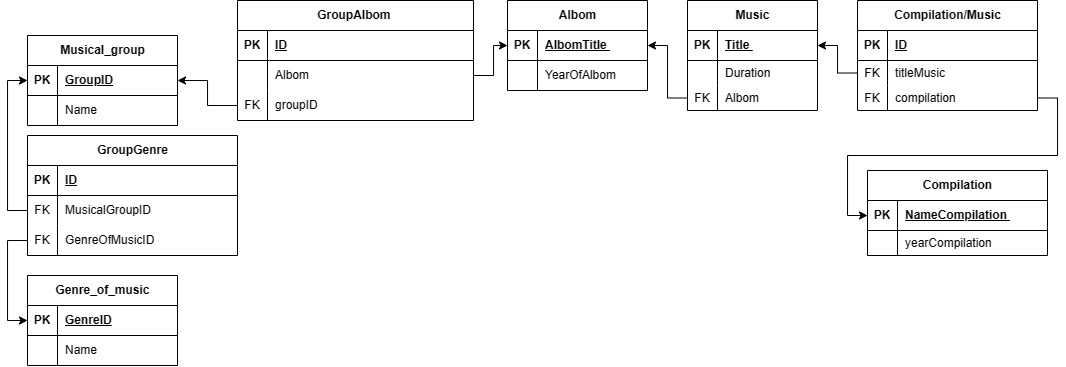
The draw.io diagram Music_extend.png in IosifStatham/Music-BD, before a commit. Source tidied: cells renumbered, new cells last; positions are measured from the earlier drawing's top-left corner, leaving out a move shared by most shapes.
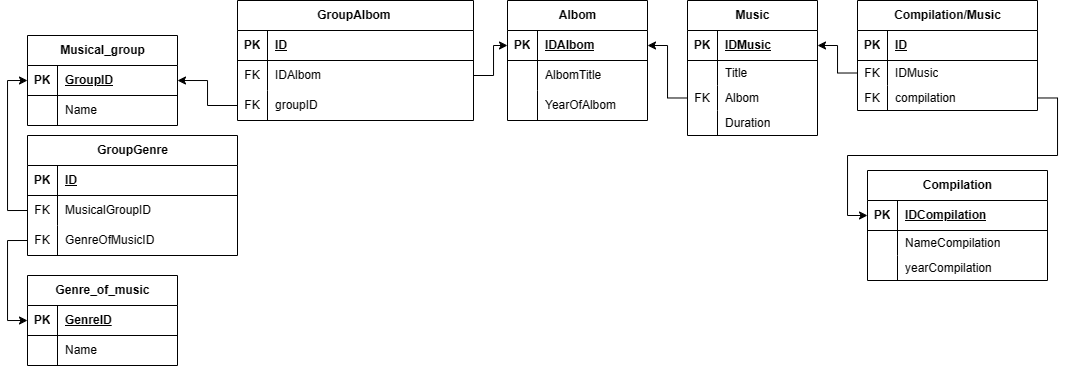
The same diagram one commit later.

What changed in the source:
```diff
@@ -45,7 +45,7 @@
       <mxGeometry x="30" width="120" height="30" as="geometry" />
     </mxCell>
     <mxCell id="16" value="Albom" style="shape=table;startSize=30;rowLines=0;fontStyle=1;align=center;html=1;" parent="1" vertex="1">
-      <mxGeometry x="480" width="140" height="90" as="geometry" />
+      <mxGeometry x="480" width="140" height="120" as="geometry" />
     </mxCell>
     <mxCell id="17" style="shape=tableRow;horizontal=0;startSize=0;swimlaneHead=0;swimlaneBody=0;fillColor=none;points=[[0,0.5],[1,0.5]];portConstraint=eastwest;top=0;left=0;right=0;bottom=1;" parent="16" vertex="1">
       <mxGeometry y="30" width="140" height="30" as="geometry" />
@@ -53,7 +53,7 @@
     <mxCell id="18" value="PK" style="shape=partialRectangle;fillColor=none;top=0;left=0;bottom=0;right=0;fontStyle=1;overflow=hidden;whiteSpace=wrap;html=1;" parent="17" vertex="1">
       <mxGeometry width="30" height="30" as="geometry" />
     </mxCell>
-    <mxCell id="19" value="AlbomTitle&amp;nbsp;" style="shape=partialRectangle;fillColor=none;top=0;left=0;bottom=0;right=0;align=left;spacingLeft=6;fontStyle=5;overflow=hidden;whiteSpace=wrap;html=1;" parent="17" vertex="1">
+    <mxCell id="19" value="IDAlbom" style="shape=partialRectangle;fillColor=none;top=0;left=0;bottom=0;right=0;align=left;spacingLeft=6;fontStyle=5;overflow=hidden;whiteSpace=wrap;html=1;" parent="17" vertex="1">
       <mxGeometry x="30" width="110" height="30" as="geometry" />
     </mxCell>
     <mxCell id="20" style="shape=tableRow;horizontal=0;startSize=0;swimlaneHead=0;swimlaneBody=0;fillColor=none;top=0;left=0;right=0;bottom=0;" parent="16" vertex="1">
@@ -62,7 +62,7 @@
     <mxCell id="21" style="shape=partialRectangle;fillColor=none;top=0;left=0;bottom=0;right=0;overflow=hidden;whiteSpace=wrap;html=1;" parent="20" vertex="1">
       <mxGeometry width="30" height="30" as="geometry" />
     </mxCell>
-    <mxCell id="22" value="YearOfAlbom&amp;nbsp;" style="shape=partialRectangle;fillColor=none;top=0;left=0;bottom=0;right=0;align=left;spacingLeft=6;overflow=hidden;whiteSpace=wrap;html=1;" parent="20" vertex="1">
+    <mxCell id="22" value="AlbomTitle&amp;nbsp;" style="shape=partialRectangle;fillColor=none;top=0;left=0;bottom=0;right=0;align=left;spacingLeft=6;overflow=hidden;whiteSpace=wrap;html=1;" parent="20" vertex="1">
       <mxGeometry x="30" width="110" height="30" as="geometry" />
     </mxCell>
     <mxCell id="23" style="edgeStyle=orthogonalEdgeStyle;rounded=0;orthogonalLoop=1;jettySize=auto;html=1;exitX=1;exitY=0.5;exitDx=0;exitDy=0;" parent="16" edge="1">
@@ -71,8 +71,17 @@
         <mxPoint x="180" y="145" as="targetPoint" />
       </mxGeometry>
     </mxCell>
+    <mxCell id="78" style="shape=tableRow;horizontal=0;startSize=0;swimlaneHead=0;swimlaneBody=0;fillColor=none;top=0;left=0;right=0;bottom=0;" parent="16" vertex="1">
+      <mxGeometry y="90" width="140" height="30" as="geometry" />
+    </mxCell>
+    <mxCell id="79" style="shape=partialRectangle;fillColor=none;top=0;left=0;bottom=0;right=0;overflow=hidden;whiteSpace=wrap;html=1;" parent="78" vertex="1">
+      <mxGeometry width="30" height="30" as="geometry" />
+    </mxCell>
+    <mxCell id="80" value="YearOfAlbom&amp;nbsp;" style="shape=partialRectangle;fillColor=none;top=0;left=0;bottom=0;right=0;align=left;spacingLeft=6;overflow=hidden;whiteSpace=wrap;html=1;" parent="78" vertex="1">
+      <mxGeometry x="30" width="110" height="30" as="geometry" />
+    </mxCell>
     <mxCell id="24" value="Music" style="shape=table;startSize=30;rowLines=0;fontStyle=1;align=center;html=1;" parent="1" vertex="1">
-      <mxGeometry x="660" width="130" height="110" as="geometry" />
+      <mxGeometry x="660" width="130" height="135" as="geometry" />
     </mxCell>
     <mxCell id="25" style="shape=tableRow;horizontal=0;startSize=0;swimlaneHead=0;swimlaneBody=0;fillColor=none;points=[[0,0.5],[1,0.5]];portConstraint=eastwest;top=0;left=0;right=0;bottom=1;" parent="24" vertex="1">
       <mxGeometry y="30" width="130" height="30" as="geometry" />
@@ -80,7 +89,7 @@
     <mxCell id="26" value="PK" style="shape=partialRectangle;fillColor=none;top=0;left=0;bottom=0;right=0;fontStyle=1;overflow=hidden;whiteSpace=wrap;html=1;" parent="25" vertex="1">
       <mxGeometry width="30" height="30" as="geometry" />
     </mxCell>
-    <mxCell id="27" value="Title&amp;nbsp;" style="shape=partialRectangle;fillColor=none;top=0;left=0;bottom=0;right=0;align=left;spacingLeft=6;fontStyle=5;overflow=hidden;whiteSpace=wrap;html=1;" parent="25" vertex="1">
+    <mxCell id="27" value="IDMusic" style="shape=partialRectangle;fillColor=none;top=0;left=0;bottom=0;right=0;align=left;spacingLeft=6;fontStyle=5;overflow=hidden;whiteSpace=wrap;html=1;" parent="25" vertex="1">
       <mxGeometry x="30" width="100" height="30" as="geometry" />
     </mxCell>
     <mxCell id="28" style="shape=tableRow;horizontal=0;startSize=0;swimlaneHead=0;swimlaneBody=0;fillColor=none;top=0;left=0;right=0;bottom=0;" parent="24" vertex="1">
@@ -89,7 +98,7 @@
     <mxCell id="29" style="shape=partialRectangle;fillColor=none;top=0;left=0;bottom=0;right=0;overflow=hidden;whiteSpace=wrap;html=1;" parent="28" vertex="1">
       <mxGeometry width="30" height="25" as="geometry" />
     </mxCell>
-    <mxCell id="30" value="Duration" style="shape=partialRectangle;fillColor=none;top=0;left=0;bottom=0;right=0;align=left;spacingLeft=6;overflow=hidden;whiteSpace=wrap;html=1;" parent="28" vertex="1">
+    <mxCell id="30" value="Title&amp;nbsp;" style="shape=partialRectangle;fillColor=none;top=0;left=0;bottom=0;right=0;align=left;spacingLeft=6;overflow=hidden;whiteSpace=wrap;html=1;" parent="28" vertex="1">
       <mxGeometry x="30" width="100" height="25" as="geometry" />
     </mxCell>
     <mxCell id="31" style="shape=tableRow;horizontal=0;startSize=0;swimlaneHead=0;swimlaneBody=0;fillColor=none;points=[[0,0.5],[1,0.5]];portConstraint=eastwest;top=0;left=0;right=0;bottom=0;" parent="24" vertex="1">
@@ -101,8 +110,17 @@
     <mxCell id="33" value="Albom" style="shape=partialRectangle;fillColor=none;top=0;left=0;bottom=0;right=0;align=left;spacingLeft=6;overflow=hidden;whiteSpace=wrap;html=1;" parent="31" vertex="1">
       <mxGeometry x="30" width="100" height="25" as="geometry" />
     </mxCell>
+    <mxCell id="81" style="shape=tableRow;horizontal=0;startSize=0;swimlaneHead=0;swimlaneBody=0;fillColor=none;top=0;left=0;right=0;bottom=0;" parent="24" vertex="1">
+      <mxGeometry y="110" width="130" height="25" as="geometry" />
+    </mxCell>
+    <mxCell id="82" style="shape=partialRectangle;fillColor=none;top=0;left=0;bottom=0;right=0;overflow=hidden;whiteSpace=wrap;html=1;" parent="81" vertex="1">
+      <mxGeometry width="30" height="25" as="geometry" />
+    </mxCell>
+    <mxCell id="83" value="Duration" style="shape=partialRectangle;fillColor=none;top=0;left=0;bottom=0;right=0;align=left;spacingLeft=6;overflow=hidden;whiteSpace=wrap;html=1;" parent="81" vertex="1">
+      <mxGeometry x="30" width="100" height="25" as="geometry" />
+    </mxCell>
     <mxCell id="34" value="Compilation" style="shape=table;startSize=30;rowLines=0;fontStyle=1;align=center;html=1;" parent="1" vertex="1">
-      <mxGeometry x="840" y="170" width="180" height="85" as="geometry" />
+      <mxGeometry x="840" y="170" width="180" height="110" as="geometry" />
     </mxCell>
     <mxCell id="35" style="shape=tableRow;horizontal=0;startSize=0;swimlaneHead=0;swimlaneBody=0;fillColor=none;points=[[0,0.5],[1,0.5]];portConstraint=eastwest;top=0;left=0;right=0;bottom=1;" parent="34" vertex="1">
       <mxGeometry y="30" width="180" height="30" as="geometry" />
@@ -110,7 +128,7 @@
     <mxCell id="36" value="PK" style="shape=partialRectangle;fillColor=none;top=0;left=0;bottom=0;right=0;fontStyle=1;overflow=hidden;whiteSpace=wrap;html=1;" parent="35" vertex="1">
       <mxGeometry width="30" height="30" as="geometry" />
     </mxCell>
-    <mxCell id="37" value="NameCompilation&amp;nbsp;" style="shape=partialRectangle;fillColor=none;top=0;left=0;bottom=0;right=0;align=left;spacingLeft=6;fontStyle=5;overflow=hidden;whiteSpace=wrap;html=1;" parent="35" vertex="1">
+    <mxCell id="37" value="IDCompilation" style="shape=partialRectangle;fillColor=none;top=0;left=0;bottom=0;right=0;align=left;spacingLeft=6;fontStyle=5;overflow=hidden;whiteSpace=wrap;html=1;" parent="35" vertex="1">
       <mxGeometry x="30" width="150" height="30" as="geometry" />
     </mxCell>
     <mxCell id="38" style="shape=tableRow;horizontal=0;startSize=0;swimlaneHead=0;swimlaneBody=0;fillColor=none;top=0;left=0;right=0;bottom=0;" parent="34" vertex="1">
@@ -119,9 +137,18 @@
     <mxCell id="39" style="shape=partialRectangle;fillColor=none;top=0;left=0;bottom=0;right=0;overflow=hidden;whiteSpace=wrap;html=1;" parent="38" vertex="1">
       <mxGeometry width="30" height="25" as="geometry" />
     </mxCell>
-    <mxCell id="40" value="yearCompilation&amp;nbsp;" style="shape=partialRectangle;fillColor=none;top=0;left=0;bottom=0;right=0;align=left;spacingLeft=6;overflow=hidden;whiteSpace=wrap;html=1;" parent="38" vertex="1">
+    <mxCell id="40" value="NameCompilation&amp;nbsp;" style="shape=partialRectangle;fillColor=none;top=0;left=0;bottom=0;right=0;align=left;spacingLeft=6;overflow=hidden;whiteSpace=wrap;html=1;" parent="38" vertex="1">
       <mxGeometry x="30" width="150" height="25" as="geometry" />
     </mxCell>
+    <mxCell id="84" style="shape=tableRow;horizontal=0;startSize=0;swimlaneHead=0;swimlaneBody=0;fillColor=none;top=0;left=0;right=0;bottom=0;" parent="34" vertex="1">
+      <mxGeometry y="85" width="180" height="25" as="geometry" />
+    </mxCell>
+    <mxCell id="85" style="shape=partialRectangle;fillColor=none;top=0;left=0;bottom=0;right=0;overflow=hidden;whiteSpace=wrap;html=1;" parent="84" vertex="1">
+      <mxGeometry width="30" height="25" as="geometry" />
+    </mxCell>
+    <mxCell id="86" value="yearCompilation&amp;nbsp;" style="shape=partialRectangle;fillColor=none;top=0;left=0;bottom=0;right=0;align=left;spacingLeft=6;overflow=hidden;whiteSpace=wrap;html=1;" parent="84" vertex="1">
+      <mxGeometry x="30" width="150" height="25" as="geometry" />
+    </mxCell>
     <mxCell id="41" value="GroupGenre" style="shape=table;startSize=30;rowLines=0;fontStyle=1;align=center;html=1;" parent="1" vertex="1">
       <mxGeometry y="135" width="210" height="120" as="geometry" />
     </mxCell>
@@ -167,10 +194,10 @@
     <mxCell id="55" style="shape=tableRow;horizontal=0;startSize=0;swimlaneHead=0;swimlaneBody=0;fillColor=none;points=[[0,0.5],[1,0.5]];portConstraint=eastwest;top=0;left=0;right=0;bottom=0;" parent="51" vertex="1">
       <mxGeometry y="60" width="236" height="30" as="geometry" />
     </mxCell>
-    <mxCell id="56" style="shape=partialRectangle;fillColor=none;top=0;left=0;bottom=0;right=0;overflow=hidden;whiteSpace=wrap;html=1;" parent="55" vertex="1">
+    <mxCell id="56" value="FK" style="shape=partialRectangle;fillColor=none;top=0;left=0;bottom=0;right=0;overflow=hidden;whiteSpace=wrap;html=1;" parent="55" vertex="1">
       <mxGeometry width="30" height="30" as="geometry" />
     </mxCell>
-    <mxCell id="57" value="Albom" style="shape=partialRectangle;fillColor=none;top=0;left=0;bottom=0;right=0;align=left;spacingLeft=6;overflow=hidden;whiteSpace=wrap;html=1;" parent="55" vertex="1">
+    <mxCell id="57" value="IDAlbom" style="shape=partialRectangle;fillColor=none;top=0;left=0;bottom=0;right=0;align=left;spacingLeft=6;overflow=hidden;whiteSpace=wrap;html=1;" parent="55" vertex="1">
       <mxGeometry x="30" width="206" height="30" as="geometry" />
     </mxCell>
     <mxCell id="58" style="shape=tableRow;horizontal=0;startSize=0;swimlaneHead=0;swimlaneBody=0;fillColor=none;points=[[0,0.5],[1,0.5]];portConstraint=eastwest;top=0;left=0;right=0;bottom=0;" parent="51" vertex="1">
@@ -203,7 +230,7 @@
     <mxCell id="67" value="FK" style="shape=partialRectangle;fillColor=none;top=0;left=0;bottom=0;right=0;overflow=hidden;whiteSpace=wrap;html=1;" parent="66" vertex="1">
       <mxGeometry width="30" height="25" as="geometry" />
     </mxCell>
-    <mxCell id="68" value="titleMusic&amp;nbsp;" style="shape=partialRectangle;fillColor=none;top=0;left=0;bottom=0;right=0;align=left;spacingLeft=6;overflow=hidden;whiteSpace=wrap;html=1;" parent="66" vertex="1">
+    <mxCell id="68" value="IDMusic" style="shape=partialRectangle;fillColor=none;top=0;left=0;bottom=0;right=0;align=left;spacingLeft=6;overflow=hidden;whiteSpace=wrap;html=1;" parent="66" vertex="1">
       <mxGeometry x="30" width="150" height="25" as="geometry" />
     </mxCell>
     <mxCell id="69" style="shape=tableRow;horizontal=0;startSize=0;swimlaneHead=0;swimlaneBody=0;fillColor=none;points=[[0,0.5],[1,0.5]];portConstraint=eastwest;top=0;left=0;right=0;bottom=0;" parent="62" vertex="1">
```
